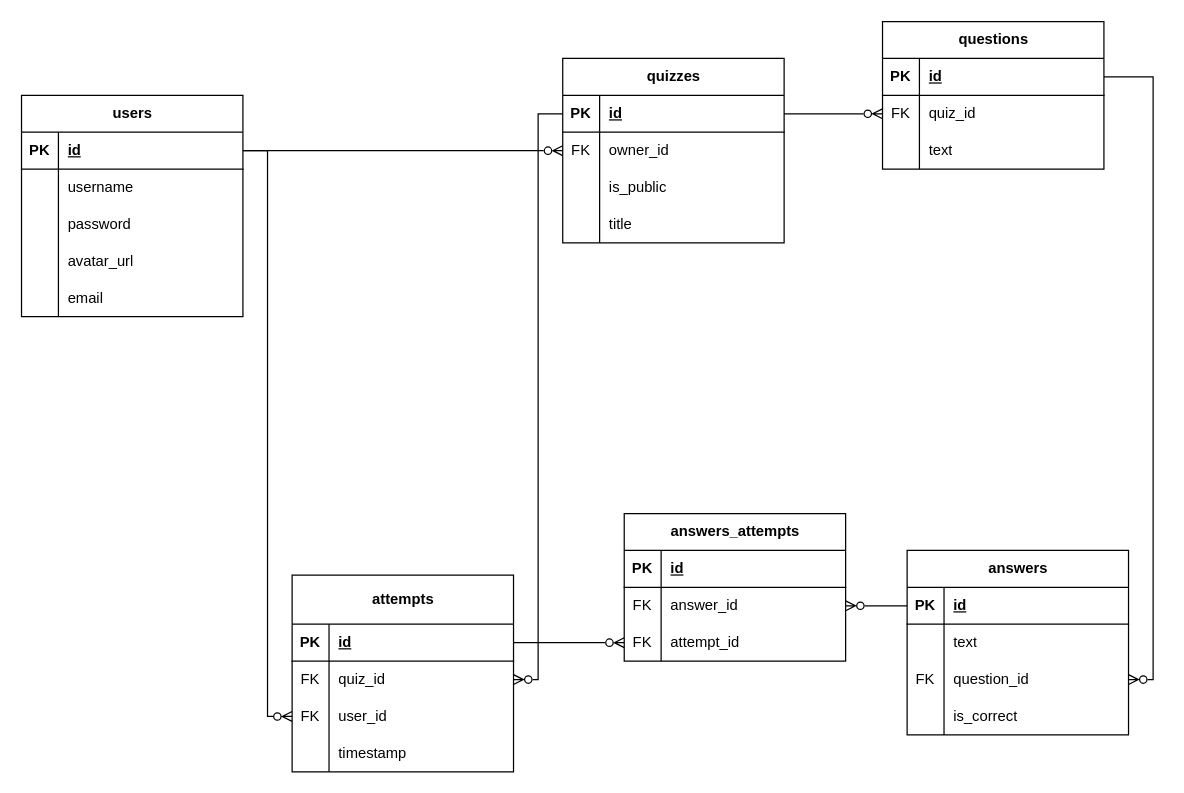
m3c-ode/quiz-me keeps this draw.io diagram as documents/erd/QuizMe-ERD.drawio. Above is the earlier version. Source tidied: cells renumbered, new cells numbered last; positions are measured from the earlier drawing's top-left corner, leaving out a move shared by most shapes. Both pictures are drawn from the tidied source at 123%, with x=0, y=0 at pixel (21, 21).
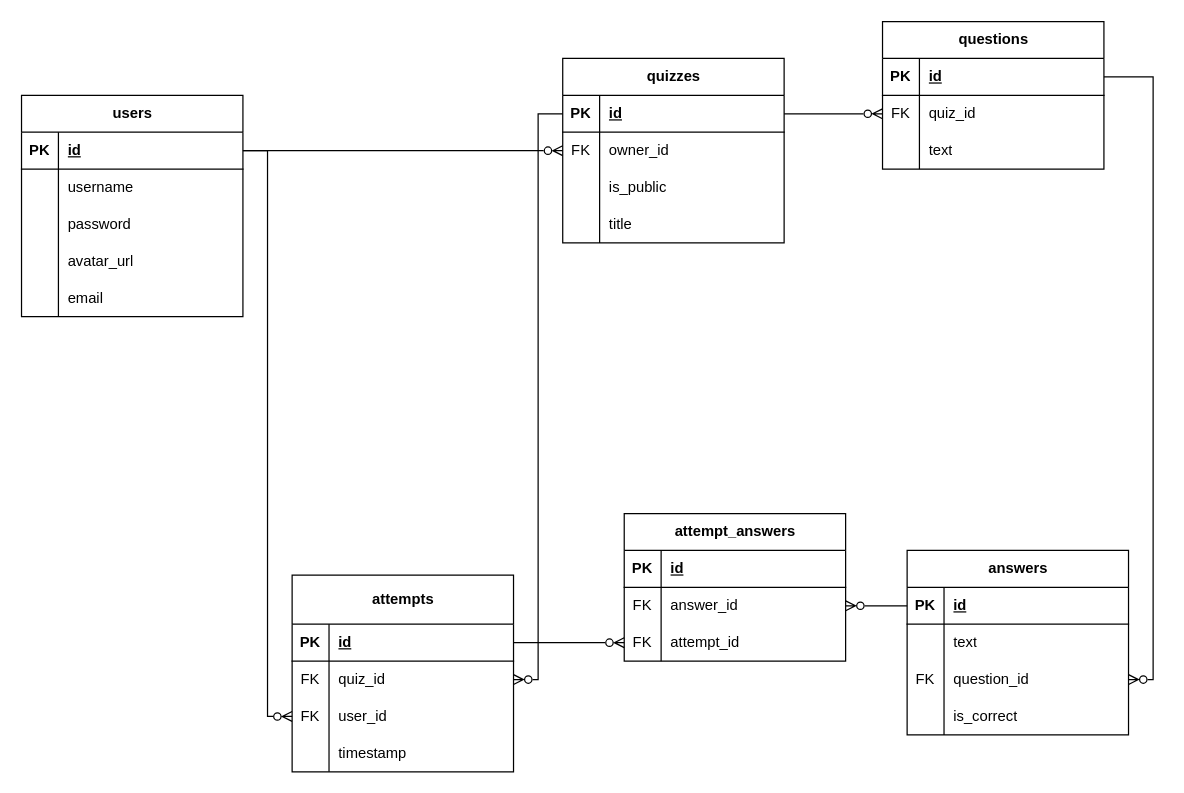
The same diagram, later.

Commit message:
Updating ERD to reflect new table name

Change to the diagram source:
```diff
@@
-    <mxCell id="71" value="answers_attempts" style="shape=table;startSize=30;childLayout=tableLayout;rowLines=0;fontStyle=1;align=center;html=1;" parent="1" vertex="1">
+    <mxCell id="71" value="attempt_answers" style="shape=table;startSize=30;childLayout=tableLayout;rowLines=0;fontStyle=1;align=center;html=1;" parent="1" vertex="1">
       <mxGeometry x="490" y="400" width="180" height="120" as="geometry" />
     </mxCell>
```
